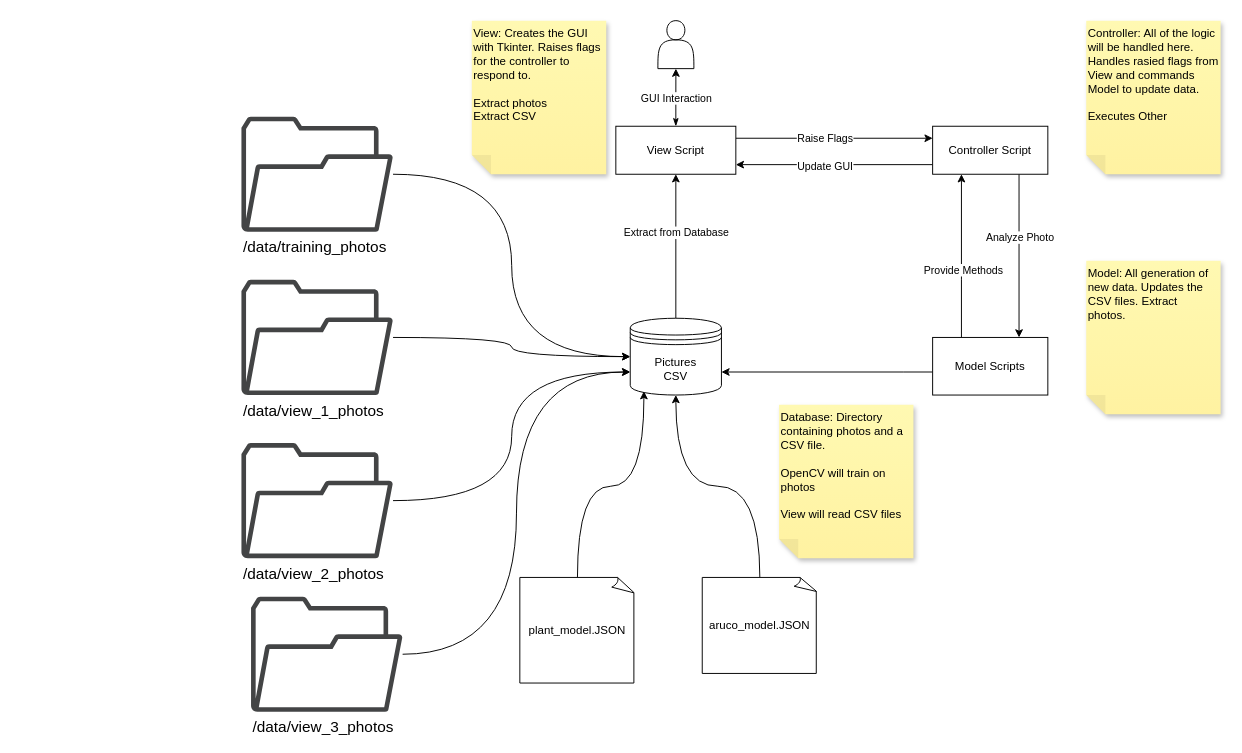
The draw.io diagram page "System_Overview" (1 of 3) of docs/block_diagram_flower_growth_tracker.drawio in JovanyZepeda/miniature-doodle, before the edit. Source tidied: cells renumbered, new cells numbered last; positions are measured from the earlier drawing's top-left corner, leaving out a move shared by most shapes. Both pictures are drawn from the tidied source at 96%, with x=0, y=0 at pixel (241, 20).
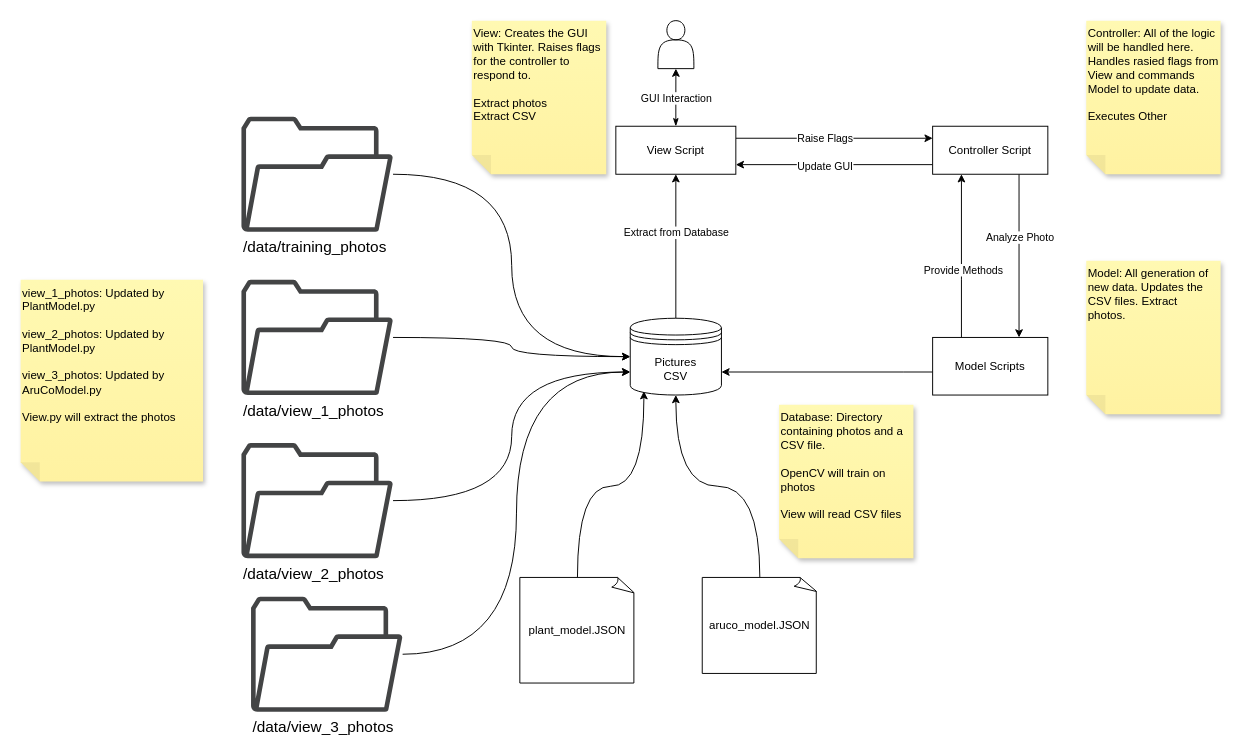
After the change.

What changed in the source:
```diff
@@
+    <mxCell id="36" value="view_1_photos: Updated by PlantModel.py&lt;br&gt;&lt;br&gt;view_2_photos: Updated by PlantModel.py&lt;br&gt;&lt;br&gt;view_3_photos: Updated by AruCoModel.py&lt;br&gt;&lt;br&gt;View.py will extract the photos" style="shape=note;whiteSpace=wrap;html=1;backgroundOutline=1;fontColor=#000000;darkOpacity=0.05;fillColor=#FFF9B2;strokeColor=none;fillStyle=solid;direction=west;gradientDirection=north;gradientColor=#FFF2A1;shadow=1;size=20;align=left;verticalAlign=top;" parent="1" vertex="1">
+      <mxGeometry x="-230" y="270" width="190" height="210" as="geometry" />
+    </mxCell>
```
